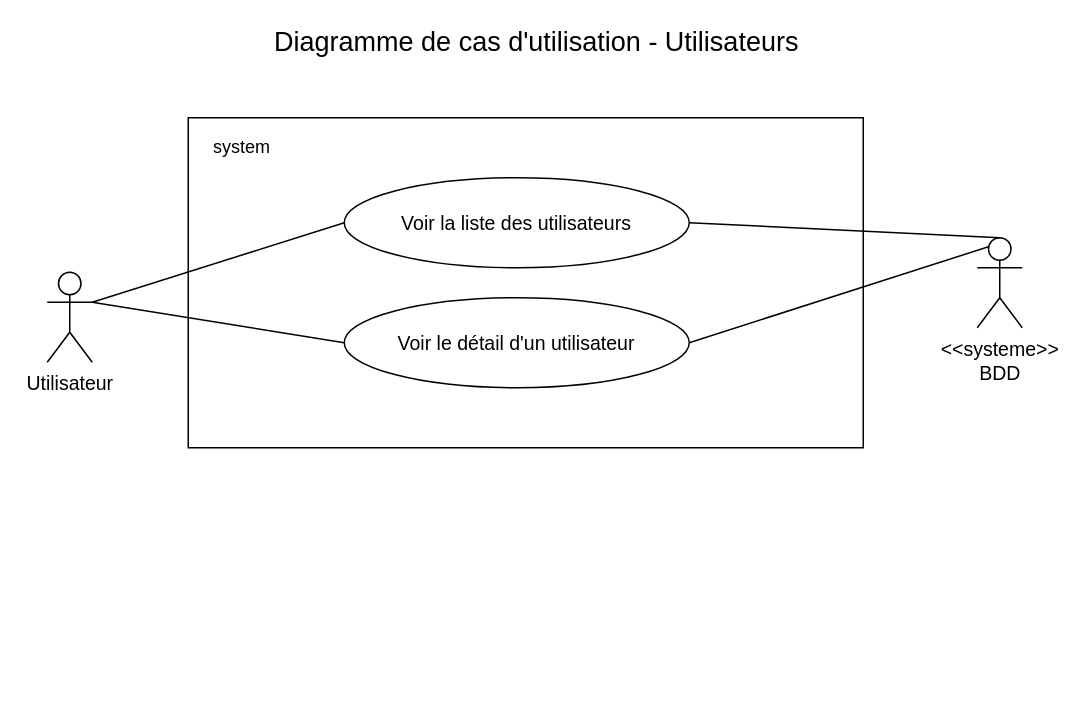
thomas-claireau/PHP-P7-Openclassrooms keeps this draw.io diagram as uml-diagrams/uml/diagram-use-case-users.drawio. Above is the earlier version. Source tidied: cells renumbered, new cells numbered last; positions are measured from the earlier drawing's top-left corner, leaving out a move shared by most shapes. Both pictures are drawn from the tidied source at 150%, with x=0, y=0 at pixel (46, 27).
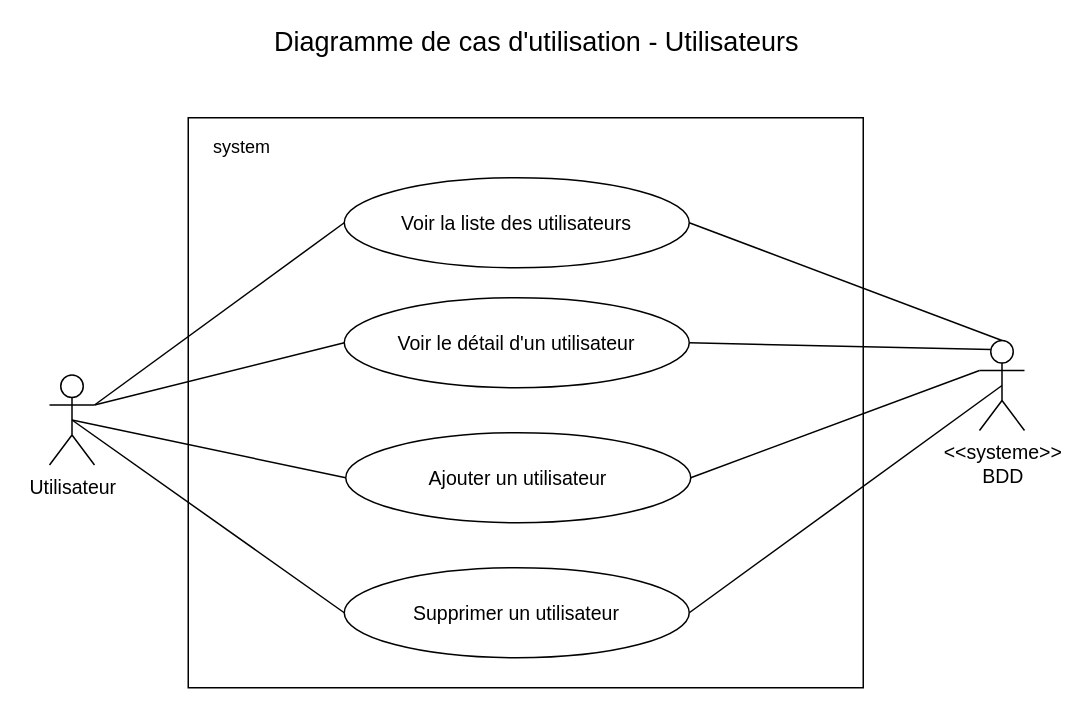
The same page after the edit.

Commit message (it also covers changes not shown here):
fix uml diagrams

Diff of the diagram source:
```diff
@@
 <mxGraphModel>
   <root>
     <mxCell id="0" />
     <mxCell id="1" parent="0" />
     <mxCell id="2" style="whiteSpace=wrap;html=1;" parent="1" vertex="1">
-      <mxGeometry x="94" y="60" width="450" height="220" as="geometry" />
+      <mxGeometry x="94" y="60" width="450" height="380" as="geometry" />
     </mxCell>
     <mxCell id="3" value="system" style="text;html=1;strokeColor=none;fillColor=none;align=center;verticalAlign=middle;whiteSpace=wrap;rounded=0;" parent="1" vertex="1">
       <mxGeometry x="110" y="70" width="40" height="20" as="geometry" />
     </mxCell>
     <mxCell id="4" value="Diagramme de cas d'utilisation - Utilisateurs" style="text;html=1;strokeColor=none;fillColor=none;align=center;verticalAlign=middle;whiteSpace=wrap;rounded=0;fontSize=18;" parent="1" vertex="1">
       <mxGeometry x="143" width="367" height="20" as="geometry" />
     </mxCell>
     <mxCell id="5" value="Utilisateur" style="shape=umlActor;verticalLabelPosition=bottom;labelBackgroundColor=#ffffff;verticalAlign=top;html=1;fontSize=13;" parent="1" vertex="1">
-      <mxGeometry y="163" width="30" height="60" as="geometry" />
+      <mxGeometry x="1.5" y="231.5" width="30" height="60" as="geometry" />
     </mxCell>
     <mxCell id="6" value="&amp;lt;&amp;lt;systeme&amp;gt;&amp;gt;&lt;br&gt;BDD" style="shape=umlActor;verticalLabelPosition=bottom;labelBackgroundColor=#ffffff;verticalAlign=top;html=1;fontSize=13;" parent="1" vertex="1">
-      <mxGeometry x="620" y="140" width="30" height="60" as="geometry" />
+      <mxGeometry x="621.5" y="208.5" width="30" height="60" as="geometry" />
     </mxCell>
     <mxCell id="7" value="Voir la liste des utilisateurs" style="ellipse;whiteSpace=wrap;html=1;fontSize=13;" parent="1" vertex="1">
       <mxGeometry x="198" y="100" width="230" height="60" as="geometry" />
     </mxCell>
     <mxCell id="8" value="Voir le détail d'un utilisateur" style="ellipse;whiteSpace=wrap;html=1;fontSize=13;" parent="1" vertex="1">
       <mxGeometry x="198" y="180" width="230" height="60" as="geometry" />
     </mxCell>
     <mxCell id="9" style="endArrow=none;html=1;fontSize=15;entryX=1;entryY=0.5;entryDx=0;entryDy=0;exitX=0.25;exitY=0.1;exitDx=0;exitDy=0;exitPerimeter=0;" parent="1" edge="1" source="6" target="8">
       <mxGeometry relative="1" as="geometry" />
     </mxCell>
     <mxCell id="10" style="endArrow=none;html=1;fontSize=15;entryX=1;entryY=0.5;entryDx=0;entryDy=0;exitX=0.5;exitY=0;exitDx=0;exitDy=0;exitPerimeter=0;" parent="1" edge="1" source="6" target="7">
       <mxGeometry relative="1" as="geometry" />
     </mxCell>
     <mxCell id="11" style="endArrow=none;html=1;fontSize=15;entryX=0;entryY=0.5;entryDx=0;entryDy=0;exitX=1;exitY=0.3333333333333333;exitDx=0;exitDy=0;exitPerimeter=0;" parent="1" edge="1" source="5" target="7">
       <mxGeometry relative="1" as="geometry" />
     </mxCell>
     <mxCell id="12" style="endArrow=none;html=1;fontSize=15;entryX=0;entryY=0.5;entryDx=0;entryDy=0;exitX=1;exitY=0.3333333333333333;exitDx=0;exitDy=0;exitPerimeter=0;" parent="1" edge="1" source="5" target="8">
       <mxGeometry relative="1" as="geometry" />
     </mxCell>
+    <mxCell id="13" value="Ajouter un utilisateur" style="ellipse;whiteSpace=wrap;html=1;fontSize=13;" parent="1" vertex="1">
+      <mxGeometry x="199" y="270" width="230" height="60" as="geometry" />
+    </mxCell>
+    <mxCell id="14" value="Supprimer un utilisateur" style="ellipse;whiteSpace=wrap;html=1;fontSize=13;" parent="1" vertex="1">
+      <mxGeometry x="198" y="360" width="230" height="60" as="geometry" />
+    </mxCell>
+    <mxCell id="15" style="endArrow=none;html=1;fontSize=15;entryX=0;entryY=0.5;entryDx=0;entryDy=0;exitX=0.5;exitY=0.5;exitDx=0;exitDy=0;exitPerimeter=0;" parent="1" edge="1" source="5" target="13">
+      <mxGeometry relative="1" as="geometry" />
+    </mxCell>
+    <mxCell id="16" style="endArrow=none;html=1;fontSize=15;entryX=0;entryY=0.5;entryDx=0;entryDy=0;exitX=0.5;exitY=0.5;exitDx=0;exitDy=0;exitPerimeter=0;" parent="1" edge="1" source="5" target="14">
+      <mxGeometry relative="1" as="geometry" />
+    </mxCell>
+    <mxCell id="17" style="endArrow=none;html=1;fontSize=15;entryX=0;entryY=0.3333333333333333;entryDx=0;entryDy=0;exitX=1;exitY=0.5;exitDx=0;exitDy=0;entryPerimeter=0;" parent="1" edge="1" source="13" target="6">
+      <mxGeometry relative="1" as="geometry" />
+    </mxCell>
+    <mxCell id="18" style="endArrow=none;html=1;fontSize=15;entryX=1;entryY=0.5;entryDx=0;entryDy=0;exitX=0.5;exitY=0.5;exitDx=0;exitDy=0;exitPerimeter=0;" parent="1" edge="1" source="6" target="14">
+      <mxGeometry relative="1" as="geometry" />
+    </mxCell>
   </root>
 </mxGraphModel>
```
